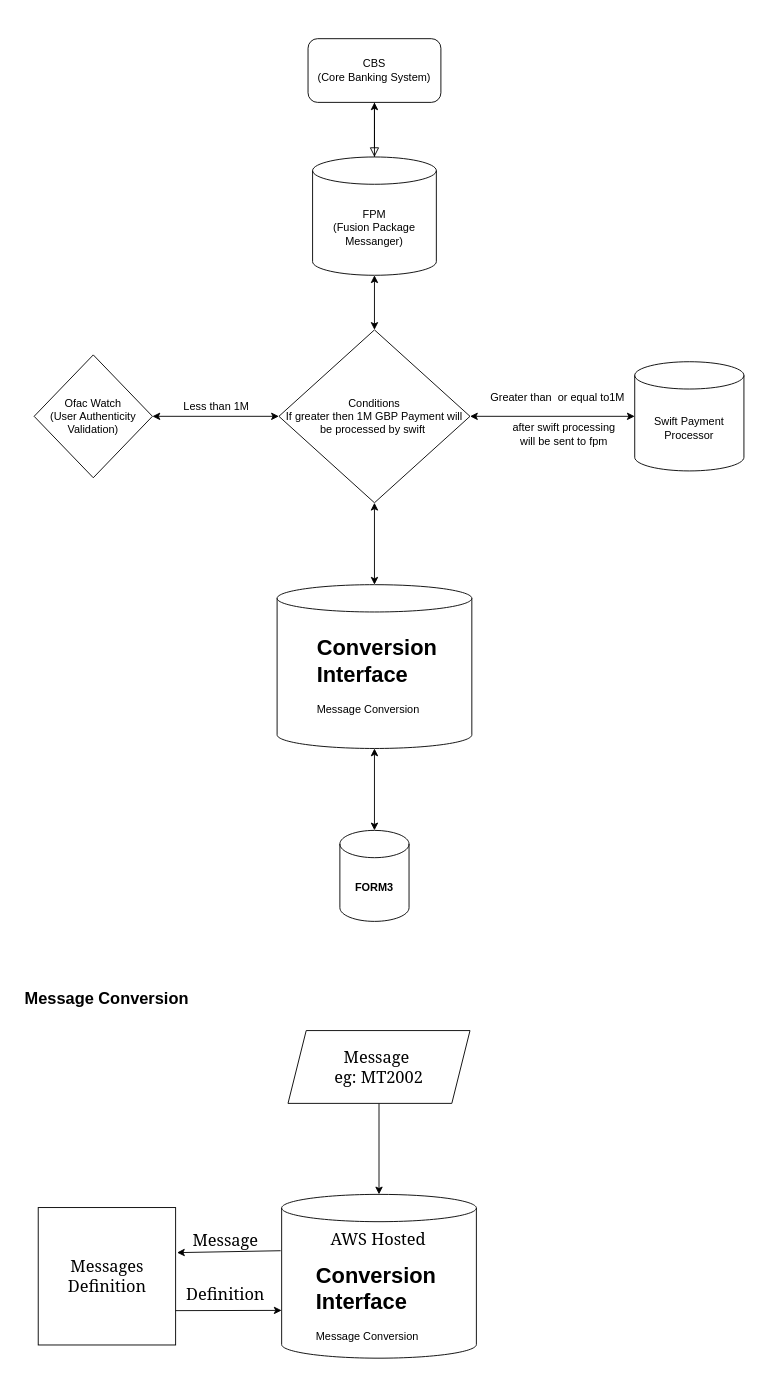
Before: Untitled Diagram.drawio in imrbpro/GBPCS, a draw.io diagram. Source tidied: cells renumbered, new cells numbered last; positions are measured from the earlier drawing's top-left corner, leaving out a move shared by most shapes. Both pictures are drawn from the tidied source at 91%, with x=0, y=0 at pixel (15, 38).
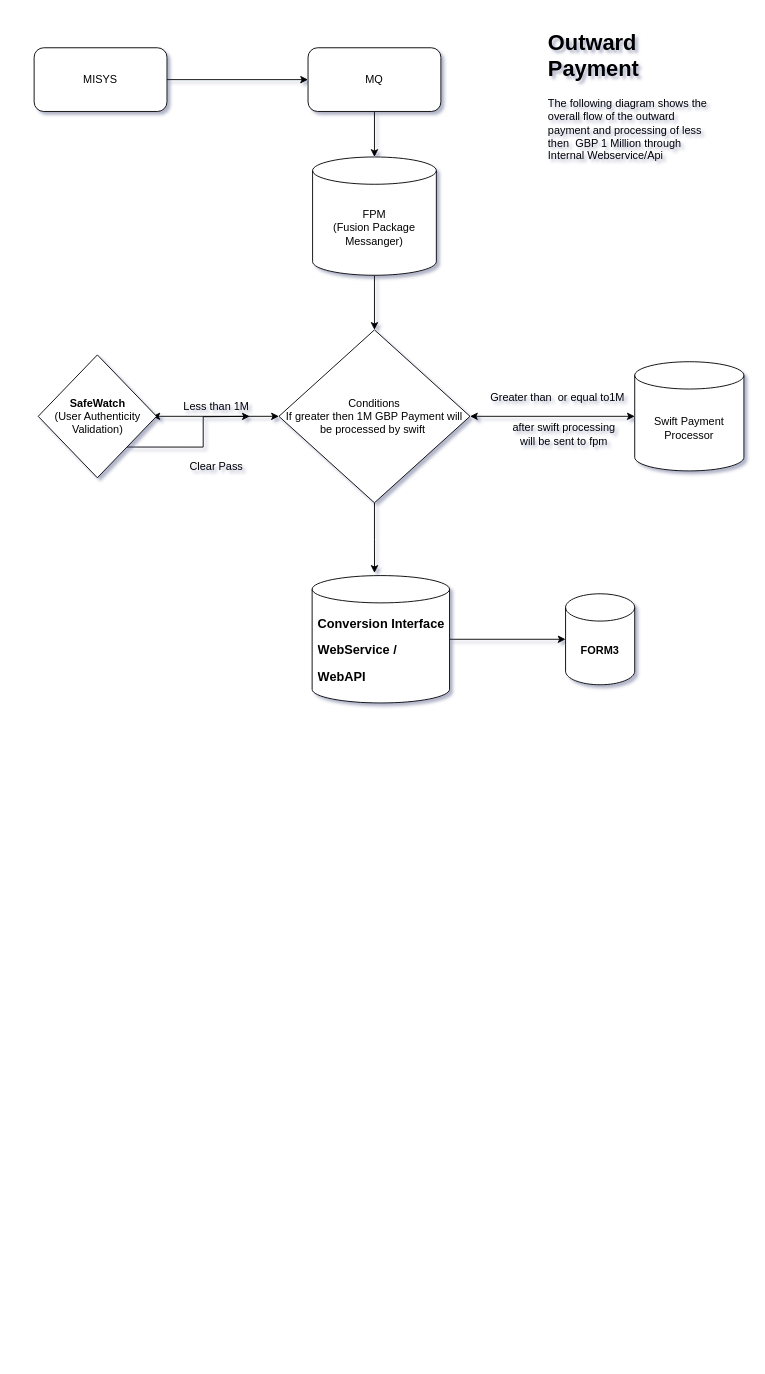
The same page after the edit.

Commit message:
Outward Payment

Unchanged cells that the change refers to:
```xml
<mxCell id="5" value="FPM&lt;br&gt;(Fusion Package Messanger)" style="shape=cylinder3;whiteSpace=wrap;html=1;boundedLbl=1;backgroundOutline=1;size=15;" parent="1" vertex="1">
  <mxGeometry x="326" y="130" width="136" height="130" as="geometry" />
</mxCell>
<mxCell id="6" value="Conditions&lt;br&gt;If greater then 1M GBP Payment will be processed by swift&amp;nbsp;" style="rhombus;whiteSpace=wrap;html=1;" parent="1" vertex="1">
  <mxGeometry x="289" y="320" width="210" height="190" as="geometry" />
</mxCell>
```

Change to the diagram source:
```diff
@@
-<mxGraphModel>
+<mxGraphModel shadow="1">
@@
-    <mxCell id="2" style="rounded=0;html=1;jettySize=auto;fontSize=11;endArrow=block;endFill=0;endSize=8;strokeWidth=1;shadow=0;labelBackgroundColor=none;edgeStyle=orthogonalEdgeStyle;" parent="1" edge="1" source="3">
-      <mxGeometry relative="1" as="geometry">
-        <mxPoint x="394" y="130" as="targetPoint" />
-      </mxGeometry>
-    </mxCell>
+    <mxCell id="31" style="edgeStyle=orthogonalEdgeStyle;rounded=0;jettySize=auto;html=1;entryX=0;entryY=0.5;entryDx=0;entryDy=0;" parent="1" edge="1" source="3" target="37">
+      <mxGeometry relative="1" as="geometry" />
+    </mxCell>
-    <mxCell id="3" value="CBS&lt;br&gt;(Core Banking System)" style="rounded=1;whiteSpace=wrap;html=1;fontSize=12;glass=0;strokeWidth=1;shadow=0;" parent="1" vertex="1">
-      <mxGeometry x="321" width="146" height="70" as="geometry" />
+    <mxCell id="3" value="MISYS" style="rounded=1;whiteSpace=wrap;html=1;fontSize=12;glass=0;strokeWidth=1;shadow=0;" parent="1" vertex="1">
+      <mxGeometry x="20" y="10" width="146" height="70" as="geometry" />
     </mxCell>
-    <mxCell id="4" style="edgeStyle=orthogonalEdgeStyle;rounded=0;jettySize=auto;html=1;" parent="1" edge="1" source="5" target="3">
-      <mxGeometry relative="1" as="geometry" />
-    </mxCell>
+    <mxCell id="32" style="edgeStyle=orthogonalEdgeStyle;rounded=0;jettySize=auto;html=1;" parent="1" edge="1" source="5" target="6">
+      <mxGeometry relative="1" as="geometry" />
+    </mxCell>
@@
+    <mxCell id="33" style="edgeStyle=orthogonalEdgeStyle;rounded=0;jettySize=auto;html=1;entryX=0.454;entryY=-0.021;entryDx=0;entryDy=0;entryPerimeter=0;" parent="1" edge="1" source="6" target="15">
+      <mxGeometry relative="1" as="geometry" />
+    </mxCell>
@@
-    <mxCell id="7" style="endArrow=classic;startArrow=classic;html=1;rounded=0;entryX=0.5;entryY=1;entryDx=0;entryDy=0;entryPerimeter=0;" parent="1" edge="1" source="6" target="5">
-      <mxGeometry relative="1" as="geometry" />
-    </mxCell>
@@
+    <mxCell id="34" style="edgeStyle=orthogonalEdgeStyle;rounded=0;jettySize=auto;html=1;exitX=1;exitY=1;exitDx=0;exitDy=0;" parent="1" edge="1" source="13">
+      <mxGeometry relative="1" as="geometry">
+        <mxPoint x="257" y="415" as="targetPoint" />
+      </mxGeometry>
+    </mxCell>
-    <mxCell id="13" value="Ofac Watch&lt;br&gt;(User Authenticity Validation)" style="rhombus;whiteSpace=wrap;html=1;" parent="1" vertex="1">
-      <mxGeometry x="20" y="347.5" width="130" height="135" as="geometry" />
+    <mxCell id="13" value="&lt;b&gt;SafeWatch&lt;/b&gt;&lt;br&gt;(User Authenticity Validation)" style="rhombus;whiteSpace=wrap;html=1;" parent="1" vertex="1">
+      <mxGeometry x="24.5" y="347.5" width="130" height="135" as="geometry" />
     </mxCell>
-    <mxCell id="14" style="endArrow=classic;startArrow=classic;html=1;rounded=0;exitX=0.5;exitY=0;exitDx=0;exitDy=0;exitPerimeter=0;" parent="1" edge="1" source="15">
-      <mxGeometry relative="1" as="geometry">
-        <mxPoint x="394" y="510" as="targetPoint" />
-      </mxGeometry>
-    </mxCell>
+    <mxCell id="35" style="edgeStyle=orthogonalEdgeStyle;rounded=0;jettySize=auto;html=1;" parent="1" edge="1" source="15" target="19">
+      <mxGeometry relative="1" as="geometry" />
+    </mxCell>
     <mxCell id="15" style="shape=cylinder3;whiteSpace=wrap;html=1;boundedLbl=1;backgroundOutline=1;size=15;" parent="1" vertex="1">
-      <mxGeometry x="287" y="600" width="214" height="180" as="geometry" />
+      <mxGeometry x="325.5" y="590" width="151" height="140" as="geometry" />
     </mxCell>
@@
-    <mxCell id="17" value="&lt;h1&gt;Conversion Interface&lt;/h1&gt;&lt;p&gt;Message Conversion&amp;nbsp;&lt;/p&gt;" style="text;html=1;strokeColor=none;fillColor=none;spacing=5;spacingTop=-20;whiteSpace=wrap;overflow=hidden;rounded=0;" parent="1" vertex="1">
-      <mxGeometry x="326" y="650" width="149" height="100" as="geometry" />
+    <mxCell id="17" value="&lt;h1&gt;&lt;font style=&quot;font-size: 14px;&quot;&gt;Conversion Interface WebService / WebAPI&lt;br&gt;&lt;/font&gt;&lt;/h1&gt;&lt;p&gt;&lt;br&gt;&lt;/p&gt;" style="text;html=1;strokeColor=none;fillColor=none;spacing=5;spacingTop=-20;whiteSpace=wrap;overflow=hidden;rounded=0;" parent="1" vertex="1">
+      <mxGeometry x="326.5" y="620" width="149" height="100" as="geometry" />
     </mxCell>
-    <mxCell id="18" style="endArrow=classic;startArrow=classic;html=1;rounded=0;entryX=0.5;entryY=1;entryDx=0;entryDy=0;entryPerimeter=0;" parent="1" edge="1" target="15">
-      <mxGeometry relative="1" as="geometry">
-        <mxPoint x="394" y="870" as="sourcePoint" />
-      </mxGeometry>
-    </mxCell>
     <mxCell id="19" value="&lt;b&gt;FORM3&lt;/b&gt;" style="shape=cylinder3;whiteSpace=wrap;html=1;boundedLbl=1;backgroundOutline=1;size=15;" parent="1" vertex="1">
-      <mxGeometry x="356" y="870" width="76" height="100" as="geometry" />
+      <mxGeometry x="604" y="610" width="76" height="100" as="geometry" />
     </mxCell>
-    <mxCell id="20" value="&lt;b&gt;&lt;font style=&quot;font-size: 18px;&quot;&gt;Message Conversion&lt;/font&gt;&lt;/b&gt;" style="text;html=1;strokeColor=none;fillColor=none;align=center;verticalAlign=middle;whiteSpace=wrap;rounded=0;" parent="1" vertex="1">
-      <mxGeometry y="1040" width="200" height="30" as="geometry" />
-    </mxCell>
-    <mxCell id="21" style="shape=cylinder3;whiteSpace=wrap;html=1;boundedLbl=1;backgroundOutline=1;size=15;" parent="1" vertex="1">
-      <mxGeometry x="292" y="1270" width="214" height="180" as="geometry" />
-    </mxCell>
-    <mxCell id="22" value="&lt;h1&gt;Conversion Interface&lt;/h1&gt;&lt;p&gt;Message Conversion&amp;nbsp;&lt;/p&gt;" style="text;html=1;strokeColor=none;fillColor=none;spacing=5;spacingTop=-20;whiteSpace=wrap;overflow=hidden;rounded=0;" parent="1" vertex="1">
-      <mxGeometry x="324.5" y="1340" width="149" height="100" as="geometry" />
-    </mxCell>
-    <mxCell id="23" style="edgeStyle=orthogonalEdgeStyle;rounded=0;jettySize=auto;html=1;exitX=0.5;exitY=1;exitDx=0;exitDy=0;entryX=0.5;entryY=0;entryDx=0;entryDy=0;entryPerimeter=0;fontFamily=Georgia;fontSize=18;" parent="1" edge="1" source="24" target="21">
-      <mxGeometry relative="1" as="geometry" />
-    </mxCell>
-    <mxCell id="24" value="Message&amp;nbsp;&lt;br&gt;eg: MT2002" style="shape=parallelogram;perimeter=parallelogramPerimeter;whiteSpace=wrap;html=1;fixedSize=1;fontFamily=Georgia;fontSize=18;" parent="1" vertex="1">
-      <mxGeometry x="299" y="1090" width="200" height="80" as="geometry" />
-    </mxCell>
-    <mxCell id="25" value="AWS Hosted" style="text;html=1;strokeColor=none;fillColor=none;align=center;verticalAlign=middle;whiteSpace=wrap;rounded=0;fontFamily=Georgia;fontSize=18;" parent="1" vertex="1">
-      <mxGeometry x="334" y="1304" width="129" height="30" as="geometry" />
-    </mxCell>
-    <mxCell id="26" value="Messages Definition" style="whiteSpace=wrap;html=1;fontFamily=Georgia;fontSize=18;" parent="1" vertex="1">
-      <mxGeometry x="24.5" y="1284.5" width="151" height="151" as="geometry" />
-    </mxCell>
-    <mxCell id="27" style="endArrow=classic;html=1;rounded=0;fontFamily=Georgia;fontSize=18;entryX=0;entryY=0;entryDx=0;entryDy=127.5;entryPerimeter=0;exitX=1;exitY=0.75;exitDx=0;exitDy=0;" parent="1" edge="1" source="26" target="21">
-      <mxGeometry relative="1" as="geometry" />
-    </mxCell>
-    <mxCell id="28" style="endArrow=classic;html=1;rounded=0;fontFamily=Georgia;fontSize=18;entryX=1.01;entryY=0.328;entryDx=0;entryDy=0;entryPerimeter=0;exitX=-0.005;exitY=0.344;exitDx=0;exitDy=0;exitPerimeter=0;" parent="1" edge="1" source="21" target="26">
-      <mxGeometry relative="1" as="geometry" />
-    </mxCell>
-    <mxCell id="29" value="Message" style="text;html=1;align=center;verticalAlign=middle;strokeColor=none;fillColor=none;fontSize=18;fontFamily=Georgia;" parent="1" vertex="1">
-      <mxGeometry x="185" y="1300" width="90" height="40" as="geometry" />
-    </mxCell>
-    <mxCell id="30" value="Definition" style="text;html=1;align=center;verticalAlign=middle;strokeColor=none;fillColor=none;fontSize=18;fontFamily=Georgia;" parent="1" vertex="1">
-      <mxGeometry x="180" y="1360" width="100" height="40" as="geometry" />
-    </mxCell>
+    <mxCell id="36" style="edgeStyle=orthogonalEdgeStyle;rounded=0;jettySize=auto;html=1;entryX=0.5;entryY=0;entryDx=0;entryDy=0;entryPerimeter=0;" parent="1" edge="1" source="37" target="5">
+      <mxGeometry relative="1" as="geometry" />
+    </mxCell>
+    <mxCell id="37" value="MQ" style="rounded=1;whiteSpace=wrap;html=1;fontSize=12;glass=0;strokeWidth=1;shadow=0;" parent="1" vertex="1">
+      <mxGeometry x="321" y="10" width="146" height="70" as="geometry" />
+    </mxCell>
+    <mxCell id="38" value="Clear Pass" style="text;html=1;align=center;verticalAlign=middle;strokeColor=none;fillColor=none;" parent="1" vertex="1">
+      <mxGeometry x="180" y="455" width="80" height="30" as="geometry" />
+    </mxCell>
+    <mxCell id="39" value="&lt;h1&gt;Outward Payment&lt;/h1&gt;&lt;p&gt;The following diagram shows the overall flow of the outward payment and processing of less then&amp;nbsp; GBP 1 Million through Internal Webservice/Api&amp;nbsp;&lt;/p&gt;" style="text;html=1;strokeColor=none;fillColor=none;spacing=5;spacingTop=-20;whiteSpace=wrap;overflow=hidden;rounded=0;" parent="1" vertex="1">
+      <mxGeometry x="580" y="-15" width="190" height="165" as="geometry" />
+    </mxCell>
```
